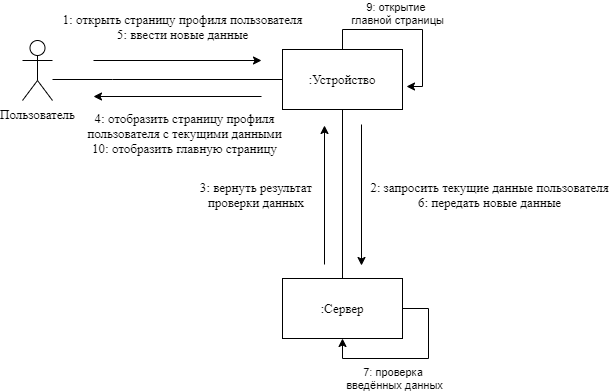
NerdSmith/MyCSF_App keeps this draw.io diagram as diagrams/Диаграммы сотрудничества (Collaboration diagrams)/Диаграмма сотрудничества (Редактирование профиля пользователя).png. Above is the earlier version. Source tidied: cells renumbered, new cells last; positions are measured from the earlier drawing's top-left corner, leaving out a move shared by most shapes. Its diagram source:
```xml
<mxGraphModel>
  <root>
    <mxCell id="0" />
    <mxCell id="1" parent="0" />
    <mxCell id="2" style="edgeStyle=orthogonalEdgeStyle;rounded=0;jettySize=auto;html=1;entryX=0;entryY=0.5;entryDx=0;entryDy=0;endArrow=none;endFill=0;fontFamily=Times New Roman;fontSize=13;" parent="1" edge="1" source="3" target="6">
      <mxGeometry relative="1" as="geometry">
        <Array as="points">
          <mxPoint x="90" y="50" />
          <mxPoint x="90" y="50" />
        </Array>
      </mxGeometry>
    </mxCell>
    <mxCell id="3" value="Пользователь" style="shape=umlActor;verticalLabelPosition=bottom;verticalAlign=top;html=1;outlineConnect=0;fontFamily=Times New Roman;fontSize=13;" parent="1" vertex="1">
      <mxGeometry y="11" width="30" height="60" as="geometry" />
    </mxCell>
    <mxCell id="4" style="edgeStyle=orthogonalEdgeStyle;rounded=0;jettySize=auto;html=1;entryX=0.5;entryY=0;entryDx=0;entryDy=0;endArrow=none;endFill=0;fontFamily=Times New Roman;fontSize=13;" parent="1" edge="1" source="6" target="7">
      <mxGeometry relative="1" as="geometry" />
    </mxCell>
    <mxCell id="5" value="9: открытие &lt;br&gt;главной страницы" style="edgeStyle=orthogonalEdgeStyle;rounded=0;jettySize=auto;html=1;exitX=0.5;exitY=0;exitDx=0;exitDy=0;" parent="1" edge="1" source="6">
      <mxGeometry x="-0.13" y="16" relative="1" as="geometry">
        <mxPoint x="384" y="57" as="targetPoint" />
        <Array as="points">
          <mxPoint x="320" />
          <mxPoint x="400" />
          <mxPoint x="400" y="57" />
        </Array>
      </mxGeometry>
    </mxCell>
    <mxCell id="6" value=":Устройство" style="rounded=0;whiteSpace=wrap;html=1;fontFamily=Times New Roman;fontSize=13;" parent="1" vertex="1">
      <mxGeometry x="260" y="20" width="120" height="60" as="geometry" />
    </mxCell>
    <mxCell id="7" value=":Сервер" style="rounded=0;whiteSpace=wrap;html=1;fontFamily=Times New Roman;fontSize=13;" parent="1" vertex="1">
      <mxGeometry x="260" y="249" width="120" height="60" as="geometry" />
    </mxCell>
    <mxCell id="8" style="endArrow=classic;html=1;fontFamily=Times New Roman;fontSize=13;" parent="1" edge="1">
      <mxGeometry relative="1" as="geometry">
        <mxPoint x="71" y="31" as="sourcePoint" />
        <mxPoint x="239" y="31" as="targetPoint" />
      </mxGeometry>
    </mxCell>
    <mxCell id="9" value="1: открыть страницу профиля пользователя&lt;br style=&quot;font-size: 13px&quot;&gt;5: ввести новые данные" style="edgeLabel;html=1;align=center;verticalAlign=middle;fontFamily=Times New Roman;fontSize=13;" parent="8" vertex="1">
      <mxGeometry x="-0.21" y="2" relative="1" as="geometry">
        <mxPoint x="22.2" y="-33" as="offset" />
      </mxGeometry>
    </mxCell>
    <mxCell id="10" value="2: запросить текущие данные пользователя&lt;br&gt;6: передать новые данные" style="endArrow=classic;html=1;fontFamily=Times New Roman;fontSize=13;" parent="1" edge="1">
      <mxGeometry x="-0.01" y="128" relative="1" as="geometry">
        <mxPoint x="339" y="95" as="sourcePoint" />
        <mxPoint x="339" y="236" as="targetPoint" />
      </mxGeometry>
    </mxCell>
    <mxCell id="11" value="3: вернуть результат &lt;br&gt;проверки данных&amp;nbsp;" style="endArrow=none;html=1;startArrow=classic;startFill=1;endFill=0;fontFamily=Times New Roman;fontSize=13;" parent="1" edge="1">
      <mxGeometry x="-0.01" y="-67" relative="1" as="geometry">
        <mxPoint x="302" y="96" as="sourcePoint" />
        <mxPoint x="302" y="235" as="targetPoint" />
      </mxGeometry>
    </mxCell>
    <mxCell id="12" style="endArrow=none;html=1;endFill=0;startArrow=classic;startFill=1;fontFamily=Times New Roman;fontSize=13;" parent="1" edge="1">
      <mxGeometry relative="1" as="geometry">
        <mxPoint x="71" y="67" as="sourcePoint" />
        <mxPoint x="239" y="67" as="targetPoint" />
      </mxGeometry>
    </mxCell>
    <mxCell id="13" value="4: отобразить страницу профиля&lt;br&gt;пользователя с текущими данными&lt;br&gt;10: отобразить главную страницу" style="edgeLabel;html=1;align=center;verticalAlign=middle;fontFamily=Times New Roman;fontSize=13;" parent="12" vertex="1">
      <mxGeometry x="-0.21" relative="1" as="geometry">
        <mxPoint x="24.2" y="36" as="offset" />
      </mxGeometry>
    </mxCell>
    <mxCell id="14" value="7: проверка &lt;br&gt;введённых данных" style="edgeStyle=orthogonalEdgeStyle;rounded=0;orthogonalLoop=1;jettySize=auto;html=1;entryX=0.5;entryY=1;entryDx=0;entryDy=0;exitX=1;exitY=0.5;exitDx=0;exitDy=0;" parent="1" edge="1" source="7" target="7">
      <mxGeometry x="0.21" y="20" relative="1" as="geometry">
        <Array as="points">
          <mxPoint x="406" y="279" />
          <mxPoint x="406" y="329" />
          <mxPoint x="320" y="329" />
        </Array>
      </mxGeometry>
    </mxCell>
  </root>
</mxGraphModel>
```
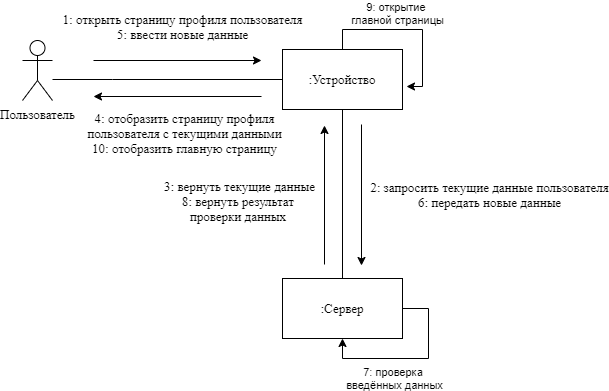
After the change.

Diff of the diagram source:
```diff
@@ -49,8 +49,8 @@
         <mxPoint x="339" y="236" as="targetPoint" />
       </mxGeometry>
     </mxCell>
-    <mxCell id="11" value="3: вернуть результат &lt;br&gt;проверки данных&amp;nbsp;" style="endArrow=none;html=1;startArrow=classic;startFill=1;endFill=0;fontFamily=Times New Roman;fontSize=13;" parent="1" edge="1">
-      <mxGeometry x="-0.01" y="-67" relative="1" as="geometry">
+    <mxCell id="11" value="3: вернуть текущие данные&lt;br&gt;8: вернуть результат &lt;br&gt;проверки данных&amp;nbsp;" style="endArrow=none;html=1;startArrow=classic;startFill=1;endFill=0;fontFamily=Times New Roman;fontSize=13;" parent="1" edge="1">
+      <mxGeometry x="0.09" y="-85" relative="1" as="geometry">
         <mxPoint x="302" y="96" as="sourcePoint" />
         <mxPoint x="302" y="235" as="targetPoint" />
       </mxGeometry>
```
